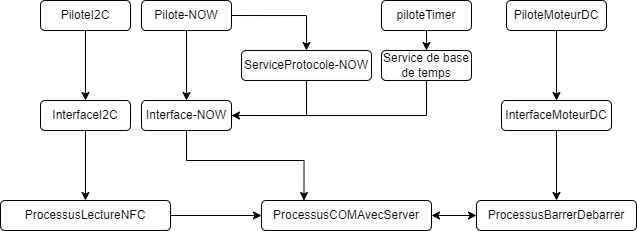
CamFo/SecurityDoor keeps this draw.io diagram as Door/Schéma/Diagramme/Arch lo ex 2.drawio (1).png. Above is the earlier version. Source tidied: cells renumbered, new cells last; positions are measured from the earlier drawing's top-left corner, leaving out a move shared by most shapes. Its diagram source:
```xml
<mxGraphModel>
  <root>
    <mxCell id="0" />
    <mxCell id="1" parent="0" />
    <mxCell id="2" style="edgeStyle=orthogonalEdgeStyle;rounded=0;jettySize=auto;html=1;" parent="1" edge="1" source="3">
      <mxGeometry relative="1" as="geometry">
        <mxPoint x="161" y="115" as="targetPoint" />
        <Array as="points">
          <mxPoint x="426" y="115" />
        </Array>
      </mxGeometry>
    </mxCell>
    <mxCell id="3" value="Service de base de temps" style="rounded=1;whiteSpace=wrap;html=1;" parent="1" vertex="1">
      <mxGeometry x="381" y="50" width="90" height="30" as="geometry" />
    </mxCell>
    <mxCell id="4" style="edgeStyle=orthogonalEdgeStyle;rounded=0;jettySize=auto;html=1;" parent="1" edge="1" source="5" target="7">
      <mxGeometry relative="1" as="geometry" />
    </mxCell>
    <mxCell id="5" value="ProcessusLectureNFC" style="rounded=1;whiteSpace=wrap;html=1;" parent="1" vertex="1">
      <mxGeometry y="200" width="170" height="30" as="geometry" />
    </mxCell>
    <mxCell id="6" style="edgeStyle=orthogonalEdgeStyle;rounded=0;jettySize=auto;html=1;startArrow=classic;startFill=1;" parent="1" edge="1" source="7" target="25">
      <mxGeometry relative="1" as="geometry" />
    </mxCell>
    <mxCell id="7" value="ProcessusCOMAvecServer" style="rounded=1;whiteSpace=wrap;html=1;" parent="1" vertex="1">
      <mxGeometry x="261" y="200" width="170" height="30" as="geometry" />
    </mxCell>
    <mxCell id="8" style="edgeStyle=orthogonalEdgeStyle;rounded=0;jettySize=auto;html=1;" parent="1" edge="1" source="9" target="5">
      <mxGeometry relative="1" as="geometry" />
    </mxCell>
    <mxCell id="9" value="InterfaceI2C" style="rounded=1;whiteSpace=wrap;html=1;" parent="1" vertex="1">
      <mxGeometry x="40" y="100" width="90" height="30" as="geometry" />
    </mxCell>
    <mxCell id="10" style="edgeStyle=orthogonalEdgeStyle;rounded=0;jettySize=auto;html=1;" parent="1" edge="1" source="11" target="9">
      <mxGeometry relative="1" as="geometry" />
    </mxCell>
    <mxCell id="11" value="PiloteI2C" style="rounded=1;whiteSpace=wrap;html=1;" parent="1" vertex="1">
      <mxGeometry x="40" width="90" height="30" as="geometry" />
    </mxCell>
    <mxCell id="12" style="edgeStyle=orthogonalEdgeStyle;rounded=0;jettySize=auto;html=1;" parent="1" edge="1" source="13" target="3">
      <mxGeometry relative="1" as="geometry" />
    </mxCell>
    <mxCell id="13" value="piloteTimer" style="rounded=1;whiteSpace=wrap;html=1;" parent="1" vertex="1">
      <mxGeometry x="381" width="90" height="30" as="geometry" />
    </mxCell>
    <mxCell id="14" style="edgeStyle=orthogonalEdgeStyle;rounded=0;jettySize=auto;html=1;entryX=0.25;entryY=0;entryDx=0;entryDy=0;" parent="1" edge="1" source="15" target="7">
      <mxGeometry relative="1" as="geometry">
        <Array as="points">
          <mxPoint x="186" y="160" />
          <mxPoint x="304" y="160" />
        </Array>
      </mxGeometry>
    </mxCell>
    <mxCell id="15" value="Interface-NOW" style="rounded=1;whiteSpace=wrap;html=1;" parent="1" vertex="1">
      <mxGeometry x="141" y="100" width="90" height="30" as="geometry" />
    </mxCell>
    <mxCell id="16" style="edgeStyle=orthogonalEdgeStyle;rounded=0;jettySize=auto;html=1;" parent="1" edge="1" source="17" target="15">
      <mxGeometry relative="1" as="geometry" />
    </mxCell>
    <mxCell id="17" value="Pilote-NOW" style="rounded=1;whiteSpace=wrap;html=1;" parent="1" vertex="1">
      <mxGeometry x="141" width="90" height="30" as="geometry" />
    </mxCell>
    <mxCell id="18" style="edgeStyle=orthogonalEdgeStyle;rounded=0;jettySize=auto;html=1;" parent="1" edge="1" source="19">
      <mxGeometry relative="1" as="geometry">
        <mxPoint x="231" y="115" as="targetPoint" />
        <Array as="points">
          <mxPoint x="306" y="115" />
        </Array>
      </mxGeometry>
    </mxCell>
    <mxCell id="19" value="ServiceProtocole-NOW" style="rounded=1;whiteSpace=wrap;html=1;" parent="1" vertex="1">
      <mxGeometry x="241" y="50" width="130" height="30" as="geometry" />
    </mxCell>
    <mxCell id="20" style="edgeStyle=orthogonalEdgeStyle;rounded=0;jettySize=auto;html=1;entryX=0.5;entryY=0;entryDx=0;entryDy=0;" parent="1" edge="1" target="19">
      <mxGeometry relative="1" as="geometry">
        <mxPoint x="231" y="15" as="sourcePoint" />
        <Array as="points">
          <mxPoint x="306" y="15" />
        </Array>
      </mxGeometry>
    </mxCell>
    <mxCell id="21" style="edgeStyle=orthogonalEdgeStyle;rounded=0;jettySize=auto;html=1;" parent="1" edge="1" source="22" target="24">
      <mxGeometry relative="1" as="geometry" />
    </mxCell>
    <mxCell id="22" value="PiloteMoteurDC" style="rounded=1;whiteSpace=wrap;html=1;" parent="1" vertex="1">
      <mxGeometry x="506" width="100" height="30" as="geometry" />
    </mxCell>
    <mxCell id="23" style="edgeStyle=orthogonalEdgeStyle;rounded=0;jettySize=auto;html=1;" parent="1" edge="1" source="24" target="25">
      <mxGeometry relative="1" as="geometry" />
    </mxCell>
    <mxCell id="24" value="InterfaceMoteurDC" style="rounded=1;whiteSpace=wrap;html=1;" parent="1" vertex="1">
      <mxGeometry x="501" y="100" width="110" height="30" as="geometry" />
    </mxCell>
    <mxCell id="25" value="ProcessusBarrerDebarrer" style="rounded=1;whiteSpace=wrap;html=1;" parent="1" vertex="1">
      <mxGeometry x="476" y="200" width="160" height="30" as="geometry" />
    </mxCell>
  </root>
</mxGraphModel>
```
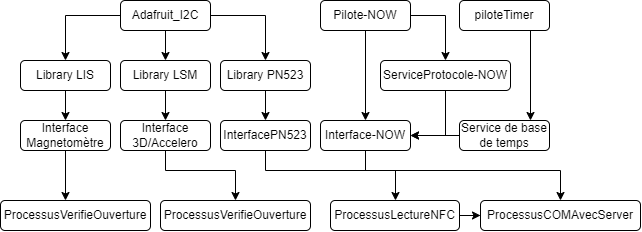
After the commit.

Diff of the diagram source:
```diff
@@ -2,97 +2,126 @@
   <root>
     <mxCell id="0" />
     <mxCell id="1" parent="0" />
-    <mxCell id="2" style="edgeStyle=orthogonalEdgeStyle;rounded=0;jettySize=auto;html=1;" parent="1" edge="1" source="3">
-      <mxGeometry relative="1" as="geometry">
-        <mxPoint x="161" y="115" as="targetPoint" />
-        <Array as="points">
-          <mxPoint x="426" y="115" />
-        </Array>
-      </mxGeometry>
-    </mxCell>
-    <mxCell id="3" value="Service de base de temps" style="rounded=1;whiteSpace=wrap;html=1;" parent="1" vertex="1">
-      <mxGeometry x="381" y="50" width="90" height="30" as="geometry" />
-    </mxCell>
     <mxCell id="4" style="edgeStyle=orthogonalEdgeStyle;rounded=0;jettySize=auto;html=1;" parent="1" edge="1" source="5" target="7">
       <mxGeometry relative="1" as="geometry" />
     </mxCell>
     <mxCell id="5" value="ProcessusLectureNFC" style="rounded=1;whiteSpace=wrap;html=1;" parent="1" vertex="1">
-      <mxGeometry y="200" width="170" height="30" as="geometry" />
+      <mxGeometry x="121" y="200" width="129" height="30" as="geometry" />
     </mxCell>
-    <mxCell id="6" style="edgeStyle=orthogonalEdgeStyle;rounded=0;jettySize=auto;html=1;startArrow=classic;startFill=1;" parent="1" edge="1" source="7" target="25">
-      <mxGeometry relative="1" as="geometry" />
-    </mxCell>
     <mxCell id="7" value="ProcessusCOMAvecServer" style="rounded=1;whiteSpace=wrap;html=1;" parent="1" vertex="1">
-      <mxGeometry x="261" y="200" width="170" height="30" as="geometry" />
+      <mxGeometry x="271" y="200" width="160" height="30" as="geometry" />
     </mxCell>
     <mxCell id="8" style="edgeStyle=orthogonalEdgeStyle;rounded=0;jettySize=auto;html=1;" parent="1" edge="1" source="9" target="5">
-      <mxGeometry relative="1" as="geometry" />
+      <mxGeometry relative="1" as="geometry">
+        <Array as="points">
+          <mxPoint x="56" y="170" />
+          <mxPoint x="186" y="170" />
+        </Array>
+      </mxGeometry>
     </mxCell>
-    <mxCell id="9" value="InterfaceI2C" style="rounded=1;whiteSpace=wrap;html=1;" parent="1" vertex="1">
-      <mxGeometry x="40" y="100" width="90" height="30" as="geometry" />
+    <mxCell id="9" value="InterfacePN523" style="rounded=1;whiteSpace=wrap;html=1;" parent="1" vertex="1">
+      <mxGeometry x="11" y="120" width="90" height="30" as="geometry" />
     </mxCell>
     <mxCell id="10" style="edgeStyle=orthogonalEdgeStyle;rounded=0;jettySize=auto;html=1;" parent="1" edge="1" source="11" target="9">
       <mxGeometry relative="1" as="geometry" />
     </mxCell>
-    <mxCell id="11" value="PiloteI2C" style="rounded=1;whiteSpace=wrap;html=1;" parent="1" vertex="1">
-      <mxGeometry x="40" width="90" height="30" as="geometry" />
+    <mxCell id="11" value="Library PN523" style="rounded=1;whiteSpace=wrap;html=1;" parent="1" vertex="1">
+      <mxGeometry x="11" y="60" width="90" height="30" as="geometry" />
     </mxCell>
-    <mxCell id="12" style="edgeStyle=orthogonalEdgeStyle;rounded=0;jettySize=auto;html=1;" parent="1" edge="1" source="13" target="3">
-      <mxGeometry relative="1" as="geometry" />
-    </mxCell>
-    <mxCell id="13" value="piloteTimer" style="rounded=1;whiteSpace=wrap;html=1;" parent="1" vertex="1">
-      <mxGeometry x="381" width="90" height="30" as="geometry" />
-    </mxCell>
-    <mxCell id="14" style="edgeStyle=orthogonalEdgeStyle;rounded=0;jettySize=auto;html=1;entryX=0.25;entryY=0;entryDx=0;entryDy=0;" parent="1" edge="1" source="15" target="7">
+    <mxCell id="14" style="edgeStyle=orthogonalEdgeStyle;rounded=0;jettySize=auto;html=1;entryX=0.5;entryY=0;entryDx=0;entryDy=0;" parent="1" edge="1" source="15" target="7">
       <mxGeometry relative="1" as="geometry">
         <Array as="points">
-          <mxPoint x="186" y="160" />
-          <mxPoint x="304" y="160" />
+          <mxPoint x="156" y="170" />
+          <mxPoint x="351" y="170" />
         </Array>
       </mxGeometry>
     </mxCell>
     <mxCell id="15" value="Interface-NOW" style="rounded=1;whiteSpace=wrap;html=1;" parent="1" vertex="1">
-      <mxGeometry x="141" y="100" width="90" height="30" as="geometry" />
+      <mxGeometry x="111" y="120" width="90" height="30" as="geometry" />
     </mxCell>
     <mxCell id="16" style="edgeStyle=orthogonalEdgeStyle;rounded=0;jettySize=auto;html=1;" parent="1" edge="1" source="17" target="15">
       <mxGeometry relative="1" as="geometry" />
     </mxCell>
+    <mxCell id="26" style="edgeStyle=orthogonalEdgeStyle;rounded=0;jettySize=auto;html=1;entryX=0.5;entryY=0;entryDx=0;entryDy=0;exitX=1;exitY=0.5;exitDx=0;exitDy=0;" parent="1" edge="1" source="17" target="19">
+      <mxGeometry relative="1" as="geometry" />
+    </mxCell>
     <mxCell id="17" value="Pilote-NOW" style="rounded=1;whiteSpace=wrap;html=1;" parent="1" vertex="1">
-      <mxGeometry x="141" width="90" height="30" as="geometry" />
+      <mxGeometry x="111" width="90" height="30" as="geometry" />
     </mxCell>
-    <mxCell id="18" style="edgeStyle=orthogonalEdgeStyle;rounded=0;jettySize=auto;html=1;" parent="1" edge="1" source="19">
-      <mxGeometry relative="1" as="geometry">
-        <mxPoint x="231" y="115" as="targetPoint" />
-        <Array as="points">
-          <mxPoint x="306" y="115" />
-        </Array>
-      </mxGeometry>
-    </mxCell>
+    <mxCell id="27" style="edgeStyle=orthogonalEdgeStyle;rounded=0;jettySize=auto;html=1;entryX=1;entryY=0.5;entryDx=0;entryDy=0;" parent="1" edge="1" source="19" target="15">
+      <mxGeometry relative="1" as="geometry" />
+    </mxCell>
     <mxCell id="19" value="ServiceProtocole-NOW" style="rounded=1;whiteSpace=wrap;html=1;" parent="1" vertex="1">
-      <mxGeometry x="241" y="50" width="130" height="30" as="geometry" />
+      <mxGeometry x="171" y="60" width="130" height="30" as="geometry" />
     </mxCell>
-    <mxCell id="20" style="edgeStyle=orthogonalEdgeStyle;rounded=0;jettySize=auto;html=1;entryX=0.5;entryY=0;entryDx=0;entryDy=0;" parent="1" edge="1" target="19">
-      <mxGeometry relative="1" as="geometry">
-        <mxPoint x="231" y="15" as="sourcePoint" />
-        <Array as="points">
-          <mxPoint x="306" y="15" />
-        </Array>
-      </mxGeometry>
-    </mxCell>
-    <mxCell id="21" style="edgeStyle=orthogonalEdgeStyle;rounded=0;jettySize=auto;html=1;" parent="1" edge="1" source="22" target="24">
-      <mxGeometry relative="1" as="geometry" />
-    </mxCell>
-    <mxCell id="22" value="PiloteMoteurDC" style="rounded=1;whiteSpace=wrap;html=1;" parent="1" vertex="1">
-      <mxGeometry x="506" width="100" height="30" as="geometry" />
-    </mxCell>
-    <mxCell id="23" style="edgeStyle=orthogonalEdgeStyle;rounded=0;jettySize=auto;html=1;" parent="1" edge="1" source="24" target="25">
-      <mxGeometry relative="1" as="geometry" />
-    </mxCell>
-    <mxCell id="24" value="InterfaceMoteurDC" style="rounded=1;whiteSpace=wrap;html=1;" parent="1" vertex="1">
-      <mxGeometry x="501" y="100" width="110" height="30" as="geometry" />
-    </mxCell>
-    <mxCell id="25" value="ProcessusBarrerDebarrer" style="rounded=1;whiteSpace=wrap;html=1;" parent="1" vertex="1">
-      <mxGeometry x="476" y="200" width="160" height="30" as="geometry" />
-    </mxCell>
+    <mxCell id="28" style="edgeStyle=orthogonalEdgeStyle;rounded=0;jettySize=auto;html=1;" parent="1" edge="1" source="31" target="11">
+      <mxGeometry relative="1" as="geometry" />
+    </mxCell>
+    <mxCell id="29" style="edgeStyle=orthogonalEdgeStyle;rounded=0;jettySize=auto;html=1;entryX=0.5;entryY=0;entryDx=0;entryDy=0;" parent="1" edge="1" source="31" target="36">
+      <mxGeometry relative="1" as="geometry" />
+    </mxCell>
+    <mxCell id="30" style="edgeStyle=orthogonalEdgeStyle;rounded=0;jettySize=auto;html=1;" parent="1" edge="1" source="31" target="41">
+      <mxGeometry relative="1" as="geometry" />
+    </mxCell>
+    <mxCell id="31" value="Adafruit_I2C" style="rounded=1;whiteSpace=wrap;html=1;" parent="1" vertex="1">
+      <mxGeometry x="-89" width="90" height="30" as="geometry" />
+    </mxCell>
+    <mxCell id="32" style="edgeStyle=orthogonalEdgeStyle;rounded=0;jettySize=auto;html=1;" parent="1" edge="1" source="3" target="15">
+      <mxGeometry relative="1" as="geometry" />
+    </mxCell>
+    <mxCell id="3" value="Service de base de temps" style="rounded=1;whiteSpace=wrap;html=1;" parent="1" vertex="1">
+      <mxGeometry x="250" y="120" width="90" height="30" as="geometry" />
+    </mxCell>
+    <mxCell id="33" style="edgeStyle=orthogonalEdgeStyle;rounded=0;jettySize=auto;html=1;" parent="1" edge="1" source="13">
+      <mxGeometry relative="1" as="geometry">
+        <mxPoint x="321" y="120" as="targetPoint" />
+        <Array as="points">
+          <mxPoint x="321" y="120" />
+        </Array>
+      </mxGeometry>
+    </mxCell>
+    <mxCell id="13" value="piloteTimer" style="rounded=1;whiteSpace=wrap;html=1;" parent="1" vertex="1">
+      <mxGeometry x="250" width="90" height="30" as="geometry" />
+    </mxCell>
+    <mxCell id="34" value="ProcessusVerifieOuverture" style="rounded=1;whiteSpace=wrap;html=1;" parent="1" vertex="1">
+      <mxGeometry x="-49" y="200" width="150" height="30" as="geometry" />
+    </mxCell>
+    <mxCell id="35" style="edgeStyle=orthogonalEdgeStyle;rounded=0;jettySize=auto;html=1;" parent="1" edge="1" source="36" target="38">
+      <mxGeometry relative="1" as="geometry" />
+    </mxCell>
+    <mxCell id="36" value="Library LSM" style="rounded=1;whiteSpace=wrap;html=1;" parent="1" vertex="1">
+      <mxGeometry x="-89" y="60" width="90" height="30" as="geometry" />
+    </mxCell>
+    <mxCell id="37" style="edgeStyle=orthogonalEdgeStyle;rounded=0;jettySize=auto;html=1;" parent="1" edge="1" source="38" target="34">
+      <mxGeometry relative="1" as="geometry">
+        <Array as="points">
+          <mxPoint x="-44" y="170" />
+          <mxPoint x="26" y="170" />
+        </Array>
+      </mxGeometry>
+    </mxCell>
+    <mxCell id="38" value="Interface 3D/Accelero" style="rounded=1;whiteSpace=wrap;html=1;" parent="1" vertex="1">
+      <mxGeometry x="-89" y="120" width="90" height="30" as="geometry" />
+    </mxCell>
+    <mxCell id="39" value="ProcessusVerifieOuverture" style="rounded=1;whiteSpace=wrap;html=1;" parent="1" vertex="1">
+      <mxGeometry x="-209" y="200" width="150" height="30" as="geometry" />
+    </mxCell>
+    <mxCell id="40" style="edgeStyle=orthogonalEdgeStyle;rounded=0;jettySize=auto;html=1;" parent="1" edge="1" source="41" target="43">
+      <mxGeometry relative="1" as="geometry" />
+    </mxCell>
+    <mxCell id="41" value="Library LIS" style="rounded=1;whiteSpace=wrap;html=1;" parent="1" vertex="1">
+      <mxGeometry x="-189" y="60" width="90" height="30" as="geometry" />
+    </mxCell>
+    <mxCell id="42" style="edgeStyle=orthogonalEdgeStyle;rounded=0;jettySize=auto;html=1;" parent="1" edge="1" source="43" target="39">
+      <mxGeometry relative="1" as="geometry">
+        <Array as="points">
+          <mxPoint x="-144" y="200" />
+          <mxPoint x="-144" y="200" />
+        </Array>
+      </mxGeometry>
+    </mxCell>
+    <mxCell id="43" value="Interface Magnetomètre" style="rounded=1;whiteSpace=wrap;html=1;" parent="1" vertex="1">
+      <mxGeometry x="-189" y="120" width="90" height="30" as="geometry" />
+    </mxCell>
   </root>
 </mxGraphModel>
```
